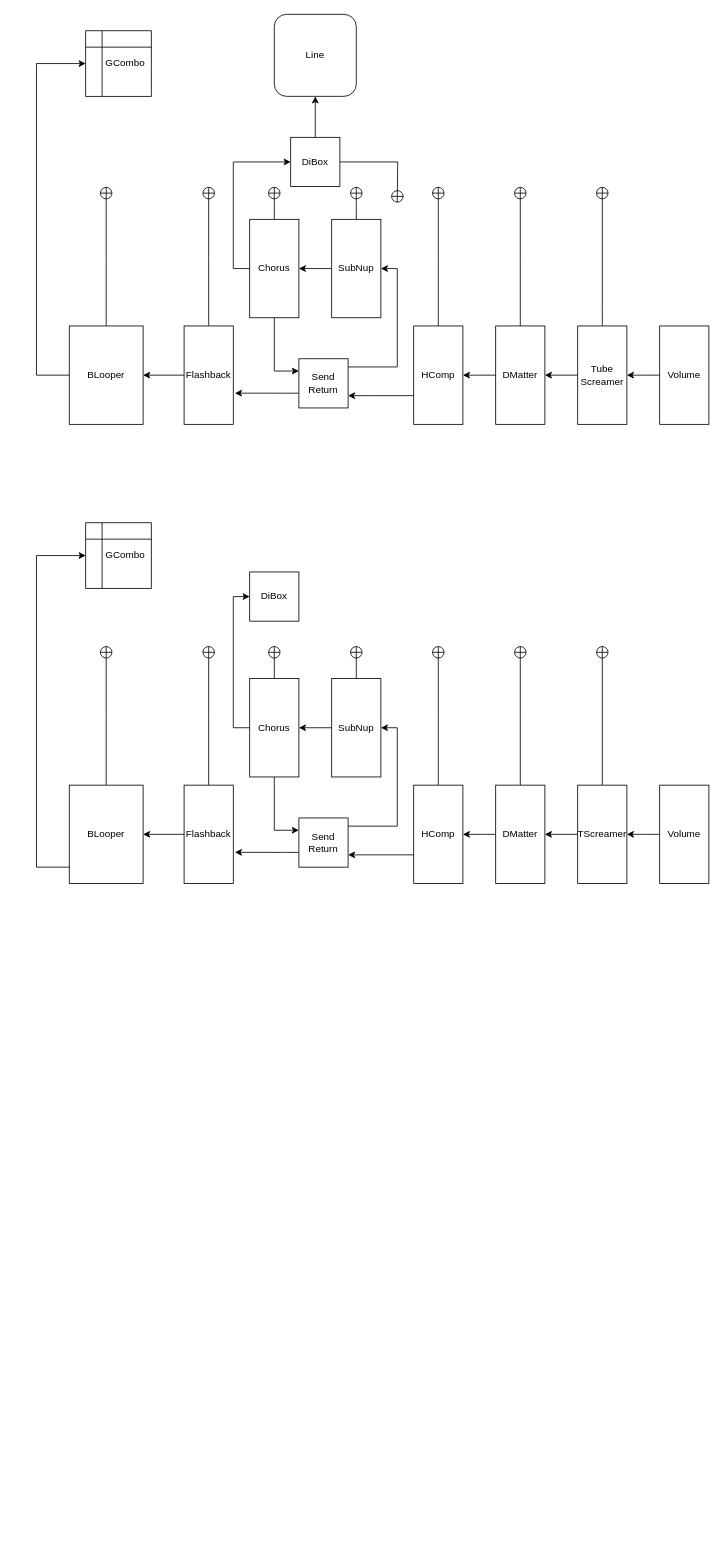
Before: pedboard.drawio in 7ak/draw.io, a draw.io diagram. Source tidied: cells renumbered, new cells numbered last; positions are measured from the earlier drawing's top-left corner, leaving out a move shared by most shapes. Both pictures are drawn from the tidied source at 82%, with x=0, y=0 at pixel (36, 14).
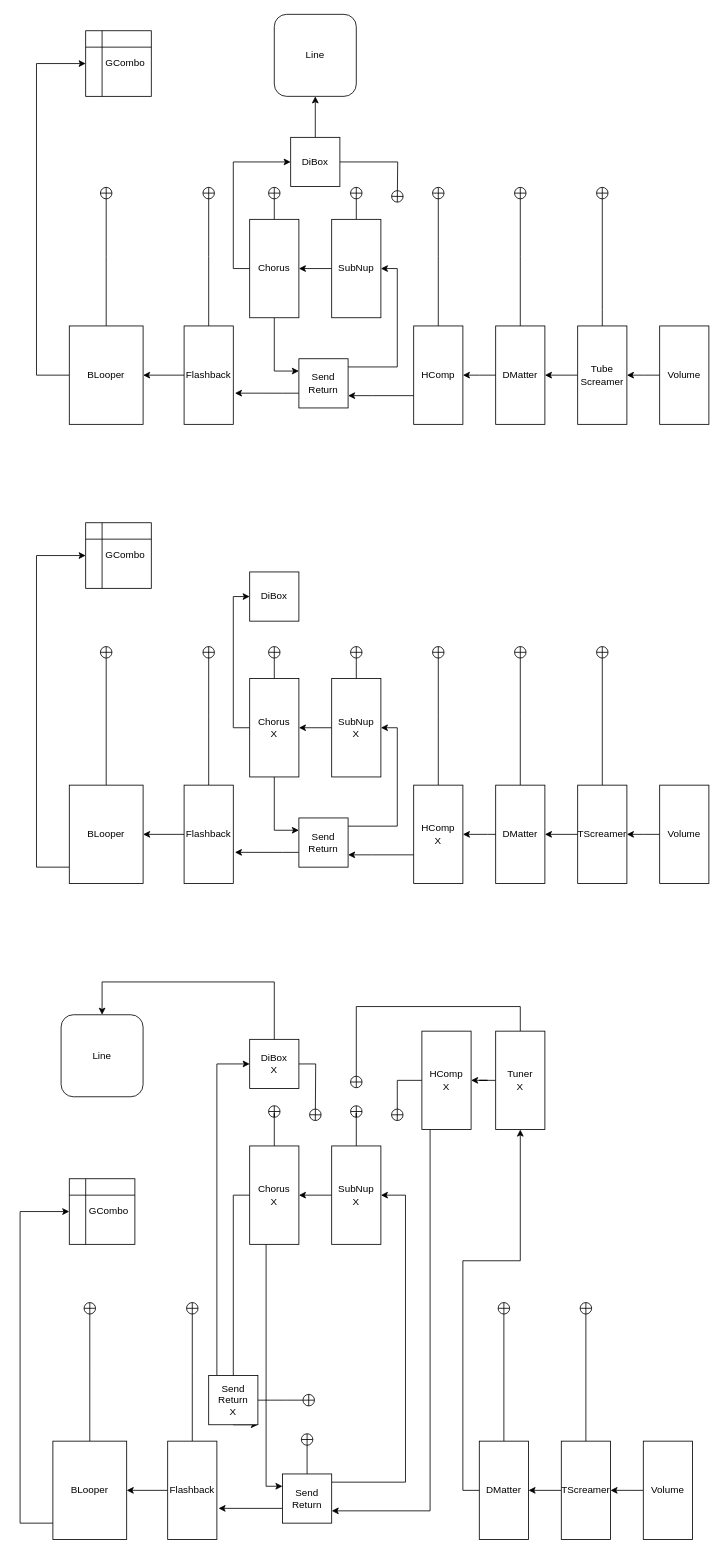
The same page after the edit.

Diff of the diagram source:
```diff
@@
-    <mxCell id="46" value="SubNup" style="rounded=0;whiteSpace=wrap;html=1;direction=south;" parent="1" vertex="1">
+    <mxCell id="46" value="SubNup&lt;br&gt;X" style="rounded=0;whiteSpace=wrap;html=1;direction=south;" parent="1" vertex="1">
       <mxGeometry x="360" y="810" width="60" height="120" as="geometry" />
     </mxCell>
@@
-    <mxCell id="49" value="Chorus" style="rounded=0;whiteSpace=wrap;html=1;direction=south;" parent="1" vertex="1">
+    <mxCell id="49" value="Chorus&lt;br&gt;X" style="rounded=0;whiteSpace=wrap;html=1;direction=south;" parent="1" vertex="1">
       <mxGeometry x="260" y="810" width="60" height="120" as="geometry" />
     </mxCell>
@@
-    <mxCell id="52" value="HComp" style="rounded=0;whiteSpace=wrap;html=1;direction=south;" parent="1" vertex="1">
+    <mxCell id="52" value="HComp&lt;br&gt;X" style="rounded=0;whiteSpace=wrap;html=1;direction=south;" parent="1" vertex="1">
       <mxGeometry x="460" y="940" width="60" height="120" as="geometry" />
     </mxCell>
@@
+    <mxCell id="63" style="edgeStyle=orthogonalEdgeStyle;rounded=0;jettySize=auto;html=1;entryX=0.5;entryY=0;entryDx=0;entryDy=0;" parent="1" edge="1" source="65" target="71">
+      <mxGeometry relative="1" as="geometry" />
+    </mxCell>
+    <mxCell id="64" style="edgeStyle=orthogonalEdgeStyle;rounded=0;jettySize=auto;html=1;endArrow=circlePlus;endFill=0;" parent="1" edge="1" source="65">
+      <mxGeometry relative="1" as="geometry">
+        <mxPoint x="190" y="1570" as="targetPoint" />
+      </mxGeometry>
+    </mxCell>
+    <mxCell id="65" value="Flashback" style="rounded=0;whiteSpace=wrap;html=1;direction=south;" parent="1" vertex="1">
+      <mxGeometry x="160" y="1740" width="60" height="120" as="geometry" />
+    </mxCell>
+    <mxCell id="66" style="edgeStyle=orthogonalEdgeStyle;rounded=0;jettySize=auto;html=1;" parent="1" edge="1" source="68" target="83">
+      <mxGeometry relative="1" as="geometry" />
+    </mxCell>
+    <mxCell id="67" style="edgeStyle=orthogonalEdgeStyle;rounded=0;jettySize=auto;html=1;endArrow=circlePlus;endFill=0;" parent="1" edge="1" source="68">
+      <mxGeometry relative="1" as="geometry">
+        <mxPoint x="670" y="1570" as="targetPoint" />
+        <Array as="points">
+          <mxPoint x="670" y="1570" />
+        </Array>
+      </mxGeometry>
+    </mxCell>
+    <mxCell id="68" value="TScreamer" style="rounded=0;whiteSpace=wrap;html=1;direction=south;" parent="1" vertex="1">
+      <mxGeometry x="640" y="1740" width="60" height="120" as="geometry" />
+    </mxCell>
+    <mxCell id="69" style="edgeStyle=orthogonalEdgeStyle;rounded=0;jettySize=auto;html=1;endArrow=circlePlus;endFill=0;" parent="1" edge="1" source="71">
+      <mxGeometry relative="1" as="geometry">
+        <mxPoint x="65" y="1570" as="targetPoint" />
+      </mxGeometry>
+    </mxCell>
+    <mxCell id="70" style="edgeStyle=orthogonalEdgeStyle;rounded=0;jettySize=auto;html=1;entryX=0;entryY=0.5;entryDx=0;entryDy=0;endArrow=classic;endFill=1;" parent="1" edge="1" source="71" target="89">
+      <mxGeometry relative="1" as="geometry">
+        <Array as="points">
+          <mxPoint x="-20" y="1840" />
+          <mxPoint x="-20" y="1460" />
+        </Array>
+      </mxGeometry>
+    </mxCell>
+    <mxCell id="71" value="BLooper" style="rounded=0;whiteSpace=wrap;html=1;direction=south;" parent="1" vertex="1">
+      <mxGeometry x="20" y="1740" width="90" height="120" as="geometry" />
+    </mxCell>
+    <mxCell id="72" style="edgeStyle=orthogonalEdgeStyle;rounded=0;jettySize=auto;html=1;entryX=0.5;entryY=0;entryDx=0;entryDy=0;" parent="1" edge="1" source="75" target="78">
+      <mxGeometry relative="1" as="geometry">
+        <Array as="points">
+          <mxPoint x="330" y="1440" />
+          <mxPoint x="330" y="1440" />
+        </Array>
+      </mxGeometry>
+    </mxCell>
+    <mxCell id="73" style="edgeStyle=orthogonalEdgeStyle;rounded=0;jettySize=auto;html=1;entryX=1;entryY=0;entryDx=0;entryDy=0;exitX=0.5;exitY=1;exitDx=0;exitDy=0;" parent="1" edge="1" source="78" target="98">
+      <mxGeometry relative="1" as="geometry">
+        <Array as="points">
+          <mxPoint x="240" y="1440" />
+        </Array>
+      </mxGeometry>
+    </mxCell>
+    <mxCell id="74" style="edgeStyle=orthogonalEdgeStyle;rounded=0;jettySize=auto;html=1;exitX=0;exitY=0.5;exitDx=0;exitDy=0;endArrow=circlePlus;endFill=0;" parent="1" edge="1" source="75">
+      <mxGeometry relative="1" as="geometry">
+        <mxPoint x="390" y="1330" as="targetPoint" />
+        <Array as="points">
+          <mxPoint x="390" y="1340" />
+          <mxPoint x="390" y="1340" />
+        </Array>
+      </mxGeometry>
+    </mxCell>
+    <mxCell id="75" value="SubNup&lt;br&gt;X" style="rounded=0;whiteSpace=wrap;html=1;direction=south;" parent="1" vertex="1">
+      <mxGeometry x="360" y="1380" width="60" height="120" as="geometry" />
+    </mxCell>
+    <mxCell id="76" style="edgeStyle=orthogonalEdgeStyle;rounded=0;jettySize=auto;html=1;entryX=0.25;entryY=1;entryDx=0;entryDy=0;" parent="1" edge="1" source="78" target="93">
+      <mxGeometry relative="1" as="geometry">
+        <Array as="points">
+          <mxPoint x="280" y="1795" />
+        </Array>
+      </mxGeometry>
+    </mxCell>
+    <mxCell id="77" style="edgeStyle=orthogonalEdgeStyle;rounded=0;jettySize=auto;html=1;endArrow=circlePlus;endFill=0;" parent="1" edge="1" source="78">
+      <mxGeometry relative="1" as="geometry">
+        <mxPoint x="290" y="1330" as="targetPoint" />
+        <Array as="points">
+          <mxPoint x="290" y="1340" />
+          <mxPoint x="290" y="1340" />
+        </Array>
+      </mxGeometry>
+    </mxCell>
+    <mxCell id="78" value="Chorus&lt;br&gt;X" style="rounded=0;whiteSpace=wrap;html=1;direction=south;" parent="1" vertex="1">
+      <mxGeometry x="260" y="1380" width="60" height="120" as="geometry" />
+    </mxCell>
+    <mxCell id="79" style="edgeStyle=orthogonalEdgeStyle;rounded=0;jettySize=auto;html=1;entryX=0.75;entryY=0;entryDx=0;entryDy=0;" parent="1" edge="1" source="81" target="93">
+      <mxGeometry relative="1" as="geometry">
+        <Array as="points">
+          <mxPoint x="480" y="1825" />
+        </Array>
+      </mxGeometry>
+    </mxCell>
+    <mxCell id="80" style="edgeStyle=orthogonalEdgeStyle;rounded=0;jettySize=auto;html=1;endArrow=circlePlus;endFill=0;" parent="1" edge="1" source="81">
+      <mxGeometry relative="1" as="geometry">
+        <mxPoint x="440" y="1350" as="targetPoint" />
+        <Array as="points">
+          <mxPoint x="440" y="1300" />
+        </Array>
+      </mxGeometry>
+    </mxCell>
+    <mxCell id="81" value="HComp&lt;br&gt;X" style="rounded=0;whiteSpace=wrap;html=1;direction=south;" parent="1" vertex="1">
+      <mxGeometry x="470" y="1240" width="60" height="120" as="geometry" />
+    </mxCell>
+    <mxCell id="82" style="edgeStyle=orthogonalEdgeStyle;rounded=0;jettySize=auto;html=1;endArrow=circlePlus;endFill=0;" parent="1" edge="1" source="83">
+      <mxGeometry relative="1" as="geometry">
+        <mxPoint x="570" y="1570" as="targetPoint" />
+      </mxGeometry>
+    </mxCell>
+    <mxCell id="83" value="DMatter" style="rounded=0;whiteSpace=wrap;html=1;direction=south;" parent="1" vertex="1">
+      <mxGeometry x="540" y="1740" width="60" height="120" as="geometry" />
+    </mxCell>
+    <mxCell id="84" style="edgeStyle=orthogonalEdgeStyle;rounded=0;jettySize=auto;html=1;entryX=0.5;entryY=0;entryDx=0;entryDy=0;" parent="1" edge="1" source="85" target="68">
+      <mxGeometry relative="1" as="geometry">
+        <Array as="points">
+          <mxPoint x="720" y="1800" />
+          <mxPoint x="720" y="1800" />
+        </Array>
+      </mxGeometry>
+    </mxCell>
+    <mxCell id="85" value="Volume" style="rounded=0;whiteSpace=wrap;html=1;direction=south;" parent="1" vertex="1">
+      <mxGeometry x="740" y="1740" width="60" height="120" as="geometry" />
+    </mxCell>
+    <mxCell id="86" style="edgeStyle=orthogonalEdgeStyle;rounded=0;jettySize=auto;html=1;endArrow=circlePlus;endFill=0;" parent="1" edge="1" source="88">
+      <mxGeometry relative="1" as="geometry">
+        <mxPoint x="340" y="1350" as="targetPoint" />
+      </mxGeometry>
+    </mxCell>
+    <mxCell id="87" style="edgeStyle=orthogonalEdgeStyle;rounded=0;jettySize=auto;html=1;endArrow=classic;endFill=1;" parent="1" edge="1" source="88" target="95">
+      <mxGeometry relative="1" as="geometry">
+        <Array as="points">
+          <mxPoint x="290" y="1180" />
+          <mxPoint x="80" y="1180" />
+        </Array>
+      </mxGeometry>
+    </mxCell>
+    <mxCell id="88" value="DiBox&lt;br&gt;X" style="rounded=0;whiteSpace=wrap;html=1;direction=south;" parent="1" vertex="1">
+      <mxGeometry x="260" y="1250" width="60" height="60" as="geometry" />
+    </mxCell>
+    <mxCell id="89" value="&amp;nbsp; &amp;nbsp; &amp;nbsp;GCombo" style="shape=internalStorage;whiteSpace=wrap;html=1;backgroundOutline=1;" parent="1" vertex="1">
+      <mxGeometry x="40" y="1420" width="80" height="80" as="geometry" />
+    </mxCell>
+    <mxCell id="90" style="edgeStyle=orthogonalEdgeStyle;rounded=0;jettySize=auto;html=1;entryX=0.5;entryY=0;entryDx=0;entryDy=0;" parent="1" edge="1" source="93" target="75">
+      <mxGeometry relative="1" as="geometry">
+        <Array as="points">
+          <mxPoint x="450" y="1790" />
+          <mxPoint x="450" y="1440" />
+        </Array>
+      </mxGeometry>
+    </mxCell>
+    <mxCell id="91" style="edgeStyle=orthogonalEdgeStyle;rounded=0;jettySize=auto;html=1;entryX=0.683;entryY=-0.033;entryDx=0;entryDy=0;entryPerimeter=0;" parent="1" edge="1" source="93" target="65">
+      <mxGeometry relative="1" as="geometry">
+        <Array as="points">
+          <mxPoint x="280" y="1822" />
+          <mxPoint x="280" y="1822" />
+        </Array>
+      </mxGeometry>
+    </mxCell>
+    <mxCell id="92" style="edgeStyle=orthogonalEdgeStyle;rounded=0;jettySize=auto;html=1;endArrow=circlePlus;endFill=0;" parent="1" edge="1" source="93">
+      <mxGeometry relative="1" as="geometry">
+        <mxPoint x="330" y="1730" as="targetPoint" />
+      </mxGeometry>
+    </mxCell>
+    <mxCell id="93" value="Send&lt;br&gt;Return" style="rounded=0;whiteSpace=wrap;html=1;direction=south;" parent="1" vertex="1">
+      <mxGeometry x="300" y="1780" width="60" height="60" as="geometry" />
+    </mxCell>
+    <mxCell id="94" style="edgeStyle=orthogonalEdgeStyle;rounded=0;jettySize=auto;html=1;exitX=0.5;exitY=1;exitDx=0;exitDy=0;entryX=1;entryY=0.5;entryDx=0;entryDy=0;" parent="1" edge="1" source="83" target="101">
+      <mxGeometry relative="1" as="geometry">
+        <Array as="points">
+          <mxPoint x="520" y="1800" />
+          <mxPoint x="520" y="1520" />
+          <mxPoint x="590" y="1520" />
+        </Array>
+      </mxGeometry>
+    </mxCell>
+    <mxCell id="95" value="Line" style="rounded=1;whiteSpace=wrap;html=1;" parent="1" vertex="1">
+      <mxGeometry x="30" y="1220" width="100" height="100" as="geometry" />
+    </mxCell>
+    <mxCell id="96" style="edgeStyle=orthogonalEdgeStyle;rounded=0;jettySize=auto;html=1;entryX=0.5;entryY=1;entryDx=0;entryDy=0;endArrow=classic;endFill=1;" parent="1" edge="1" source="98" target="88">
+      <mxGeometry relative="1" as="geometry">
+        <Array as="points">
+          <mxPoint x="220" y="1280" />
+        </Array>
+      </mxGeometry>
+    </mxCell>
+    <mxCell id="97" style="edgeStyle=orthogonalEdgeStyle;rounded=0;jettySize=auto;html=1;endArrow=circlePlus;endFill=0;" parent="1" edge="1" source="98">
+      <mxGeometry relative="1" as="geometry">
+        <mxPoint x="340" y="1690" as="targetPoint" />
+      </mxGeometry>
+    </mxCell>
+    <mxCell id="98" value="Send&lt;br&gt;Return&lt;br&gt;X" style="rounded=0;whiteSpace=wrap;html=1;direction=south;" parent="1" vertex="1">
+      <mxGeometry x="210" y="1660" width="60" height="60" as="geometry" />
+    </mxCell>
+    <mxCell id="99" style="edgeStyle=orthogonalEdgeStyle;rounded=0;jettySize=auto;html=1;endArrow=circlePlus;endFill=0;" parent="1" edge="1" source="101">
+      <mxGeometry relative="1" as="geometry">
+        <mxPoint x="390" y="1310" as="targetPoint" />
+        <Array as="points">
+          <mxPoint x="590" y="1210" />
+          <mxPoint x="390" y="1210" />
+        </Array>
+      </mxGeometry>
+    </mxCell>
+    <mxCell id="100" style="edgeStyle=orthogonalEdgeStyle;rounded=0;jettySize=auto;html=1;entryX=0.5;entryY=0;entryDx=0;entryDy=0;endArrow=classic;endFill=1;" parent="1" edge="1" source="101" target="81">
+      <mxGeometry relative="1" as="geometry" />
+    </mxCell>
+    <mxCell id="101" value="Tuner&lt;br&gt;X" style="rounded=0;whiteSpace=wrap;html=1;direction=south;" parent="1" vertex="1">
+      <mxGeometry x="560" y="1240" width="60" height="120" as="geometry" />
+    </mxCell>
```
